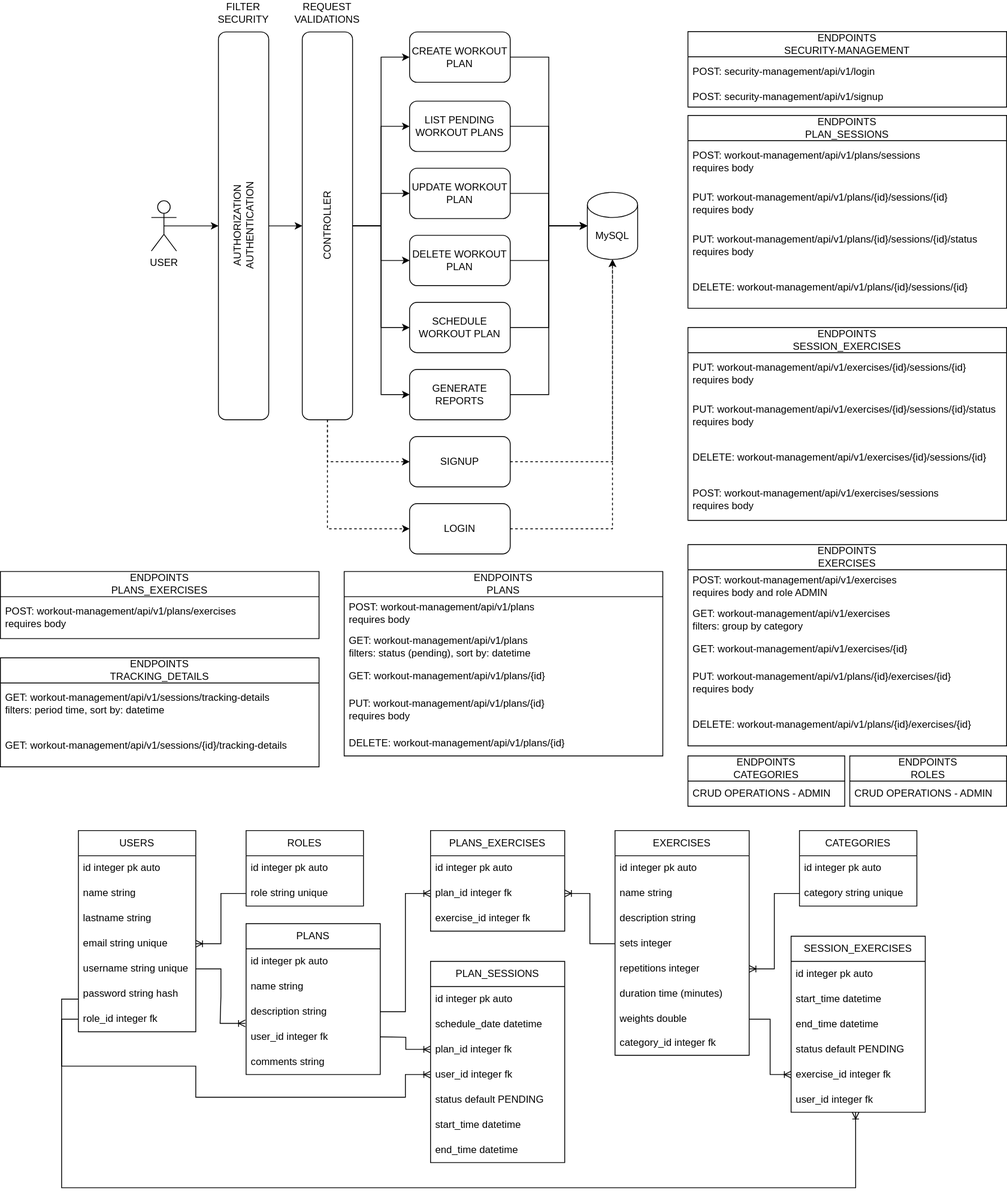
Above: workout-tracker.svg in EspejelKevin/workout-tracker (draw.io), before the change. Source tidied: cells renumbered, new cells last; positions are measured from the earlier drawing's top-left corner, leaving out a move shared by most shapes.
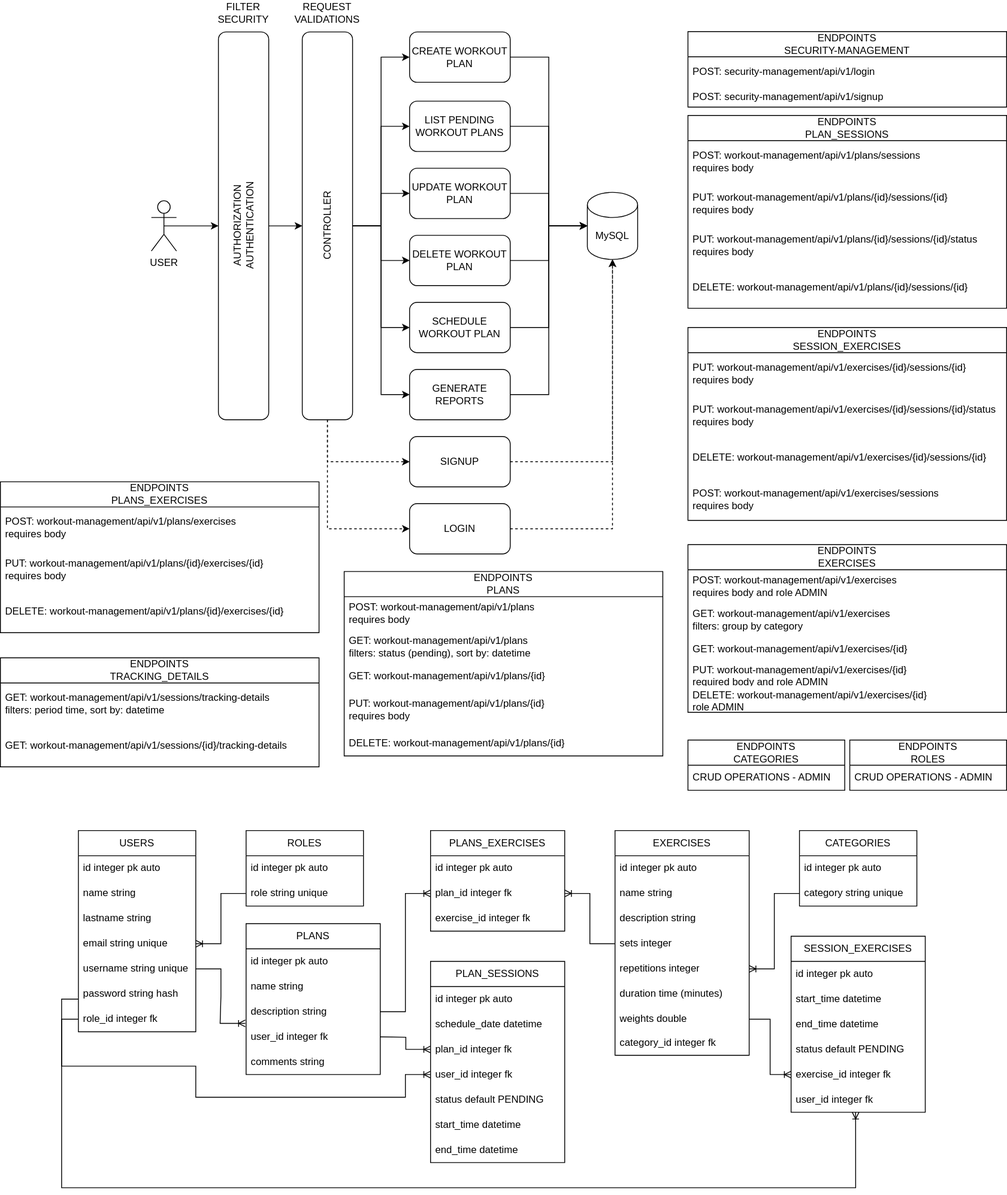
The same diagram one commit later.

Diff of the diagram source:
```diff
@@ -326,7 +326,7 @@
       <mxGeometry y="180" width="380" height="50" as="geometry" />
     </mxCell>
     <mxCell id="103" value="ENDPOINTS&lt;br&gt;EXERCISES" style="swimlane;fontStyle=0;horizontal=1;startSize=30;whiteSpace=wrap;html=1;" parent="1" vertex="1">
-      <mxGeometry x="820" y="649" width="380" height="240" as="geometry" />
+      <mxGeometry x="820" y="649" width="380" height="200" as="geometry" />
     </mxCell>
     <mxCell id="104" value="POST: workout-management/api/v1/exercises&lt;br&gt;requires body and role ADMIN" style="text;strokeColor=none;fillColor=none;align=left;verticalAlign=middle;spacingLeft=4;spacingRight=4;overflow=hidden;whiteSpace=wrap;html=1;" parent="103" vertex="1">
       <mxGeometry y="30" width="380" height="40" as="geometry" />
@@ -337,12 +337,12 @@
     <mxCell id="106" value="GET: workout-management/api/v1/exercises/{id}" style="text;strokeColor=none;fillColor=none;align=left;verticalAlign=middle;spacingLeft=4;spacingRight=4;overflow=hidden;whiteSpace=wrap;html=1;" parent="103" vertex="1">
       <mxGeometry y="110" width="380" height="30" as="geometry" />
     </mxCell>
-    <mxCell id="107" value="PUT: workout-management/api/v1/plans/{id}/exercises/{id}&lt;br&gt;requires body" style="text;strokeColor=none;fillColor=none;align=left;verticalAlign=middle;spacingLeft=4;spacingRight=4;overflow=hidden;whiteSpace=wrap;html=1;" parent="103" vertex="1">
-      <mxGeometry y="140" width="380" height="50" as="geometry" />
-    </mxCell>
-    <mxCell id="108" value="DELETE: workout-management/api/v1/plans/{id}/exercises/{id}" style="text;strokeColor=none;fillColor=none;align=left;verticalAlign=middle;spacingLeft=4;spacingRight=4;overflow=hidden;whiteSpace=wrap;html=1;" parent="103" vertex="1">
-      <mxGeometry y="190" width="380" height="50" as="geometry" />
-    </mxCell>
+    <mxCell id="125" value="PUT: workout-management/api/v1/exercises/{id}&lt;br&gt;required body and role ADMIN" style="text;strokeColor=none;fillColor=none;align=left;verticalAlign=middle;spacingLeft=4;spacingRight=4;overflow=hidden;whiteSpace=wrap;html=1;" parent="103" vertex="1">
+      <mxGeometry y="140" width="380" height="30" as="geometry" />
+    </mxCell>
+    <mxCell id="126" value="DELETE: workout-management/api/v1/exercises/{id}&lt;br&gt;role ADMIN" style="text;strokeColor=none;fillColor=none;align=left;verticalAlign=middle;spacingLeft=4;spacingRight=4;overflow=hidden;whiteSpace=wrap;html=1;" parent="103" vertex="1">
+      <mxGeometry y="170" width="380" height="30" as="geometry" />
+    </mxCell>
     <mxCell id="109" value="ENDPOINTS&lt;br&gt;PLANS" style="swimlane;fontStyle=0;horizontal=1;startSize=30;whiteSpace=wrap;html=1;" parent="1" vertex="1">
       <mxGeometry x="410" y="681" width="380" height="220" as="geometry" />
     </mxCell>
@@ -362,11 +362,17 @@
       <mxGeometry y="190" width="380" height="30" as="geometry" />
     </mxCell>
     <mxCell id="115" value="ENDPOINTS&lt;br&gt;PLANS_EXERCISES" style="swimlane;fontStyle=0;horizontal=1;startSize=30;whiteSpace=wrap;html=1;" parent="1" vertex="1">
-      <mxGeometry y="681" width="380" height="80" as="geometry" />
+      <mxGeometry y="574" width="380" height="180" as="geometry" />
     </mxCell>
     <mxCell id="116" value="POST: workout-management/api/v1/plans/exercises&lt;br&gt;requires body" style="text;strokeColor=none;fillColor=none;align=left;verticalAlign=middle;spacingLeft=4;spacingRight=4;overflow=hidden;whiteSpace=wrap;html=1;" parent="115" vertex="1">
       <mxGeometry y="30" width="380" height="50" as="geometry" />
     </mxCell>
+    <mxCell id="107" value="PUT: workout-management/api/v1/plans/{id}/exercises/{id}&lt;br&gt;requires body" style="text;strokeColor=none;fillColor=none;align=left;verticalAlign=middle;spacingLeft=4;spacingRight=4;overflow=hidden;whiteSpace=wrap;html=1;" parent="115" vertex="1">
+      <mxGeometry y="80" width="380" height="50" as="geometry" />
+    </mxCell>
+    <mxCell id="108" value="DELETE: workout-management/api/v1/plans/{id}/exercises/{id}" style="text;strokeColor=none;fillColor=none;align=left;verticalAlign=middle;spacingLeft=4;spacingRight=4;overflow=hidden;whiteSpace=wrap;html=1;" parent="115" vertex="1">
+      <mxGeometry y="130" width="380" height="50" as="geometry" />
+    </mxCell>
     <mxCell id="117" value="ENDPOINTS&lt;br&gt;TRACKING_DETAILS" style="swimlane;fontStyle=0;horizontal=1;startSize=30;whiteSpace=wrap;html=1;" parent="1" vertex="1">
       <mxGeometry y="784" width="380" height="130" as="geometry" />
     </mxCell>
@@ -388,13 +394,13 @@
       </mxGeometry>
     </mxCell>
     <mxCell id="121" value="ENDPOINTS&lt;br&gt;CATEGORIES" style="swimlane;fontStyle=0;horizontal=1;startSize=30;whiteSpace=wrap;html=1;" parent="1" vertex="1">
-      <mxGeometry x="820" y="901" width="187" height="60" as="geometry" />
+      <mxGeometry x="820" y="882" width="187" height="60" as="geometry" />
     </mxCell>
     <mxCell id="122" value="CRUD OPERATIONS - ADMIN" style="text;strokeColor=none;fillColor=none;align=left;verticalAlign=middle;spacingLeft=4;spacingRight=4;overflow=hidden;whiteSpace=wrap;html=1;" parent="121" vertex="1">
       <mxGeometry y="30" width="187" height="30" as="geometry" />
     </mxCell>
     <mxCell id="123" value="ENDPOINTS&lt;br&gt;ROLES" style="swimlane;fontStyle=0;horizontal=1;startSize=30;whiteSpace=wrap;html=1;" parent="1" vertex="1">
-      <mxGeometry x="1013" y="901" width="187" height="60" as="geometry" />
+      <mxGeometry x="1013" y="882" width="187" height="60" as="geometry" />
     </mxCell>
     <mxCell id="124" value="CRUD OPERATIONS - ADMIN" style="text;strokeColor=none;fillColor=none;align=left;verticalAlign=middle;spacingLeft=4;spacingRight=4;overflow=hidden;whiteSpace=wrap;html=1;" parent="123" vertex="1">
       <mxGeometry y="30" width="187" height="30" as="geometry" />
```
